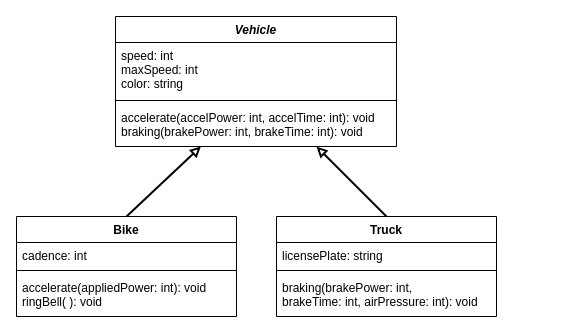
The draw.io diagram drawio/classDiagram.drawio in Aidan-Lalonde-Novales/ics4u-unit2-10-typescript, before the edit. Source tidied: cells renumbered, new cells numbered last; positions are measured from the earlier drawing's top-left corner, leaving out a move shared by most shapes. Both pictures are drawn from the tidied source at 100%, with x=0, y=0 at pixel (16, 16).
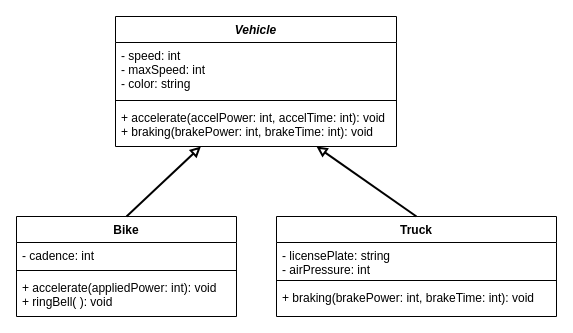
The same page after the edit.

Diff of the diagram source:
```diff
@@
 <mxGraphModel>
   <root>
     <mxCell id="0" />
     <mxCell id="1" parent="0" />
     <mxCell id="2" value="Vehicle" style="swimlane;fontStyle=3;align=center;verticalAlign=top;horizontal=1;startSize=26;" parent="1" vertex="1">
       <mxGeometry x="99" width="281" height="130" as="geometry" />
     </mxCell>
-    <mxCell id="3" value="speed: int&#10;maxSpeed: int&#10;color: string" style="text;strokeColor=none;fillColor=none;align=left;verticalAlign=top;spacingLeft=4;spacingRight=4;overflow=hidden;" parent="2" vertex="1">
+    <mxCell id="3" value="- speed: int&#10;- maxSpeed: int&#10;- color: string" style="text;strokeColor=none;fillColor=none;align=left;verticalAlign=top;spacingLeft=4;spacingRight=4;overflow=hidden;" parent="2" vertex="1">
       <mxGeometry y="26" width="281" height="54" as="geometry" />
     </mxCell>
     <mxCell id="4" style="line;strokeWidth=1;fillColor=none;align=left;verticalAlign=middle;spacingTop=-1;spacingLeft=3;spacingRight=3;labelPosition=right;" parent="2" vertex="1">
       <mxGeometry y="80" width="281" height="8" as="geometry" />
     </mxCell>
-    <mxCell id="5" value="accelerate(accelPower: int, accelTime: int): void&#10;braking(brakePower: int, brakeTime: int): void" style="text;strokeColor=none;fillColor=none;align=left;verticalAlign=top;spacingLeft=4;spacingRight=4;overflow=hidden;points=[[0,0.5],[1,0.5]];portConstraint=eastwest;" parent="2" vertex="1">
+    <mxCell id="5" value="+ accelerate(accelPower: int, accelTime: int): void&#10;+ braking(brakePower: int, brakeTime: int): void" style="text;strokeColor=none;fillColor=none;align=left;verticalAlign=top;spacingLeft=4;spacingRight=4;overflow=hidden;points=[[0,0.5],[1,0.5]];portConstraint=eastwest;" parent="2" vertex="1">
       <mxGeometry y="88" width="281" height="42" as="geometry" />
     </mxCell>
     <mxCell id="6" value="Bike" style="swimlane;fontStyle=1;align=center;verticalAlign=top;horizontal=1;startSize=26;" parent="1" vertex="1">
       <mxGeometry y="200" width="220" height="100" as="geometry" />
     </mxCell>
-    <mxCell id="7" value="cadence: int" style="text;strokeColor=none;fillColor=none;align=left;verticalAlign=top;spacingLeft=4;spacingRight=4;overflow=hidden;" parent="6" vertex="1">
+    <mxCell id="7" value="- cadence: int" style="text;strokeColor=none;fillColor=none;align=left;verticalAlign=top;spacingLeft=4;spacingRight=4;overflow=hidden;" parent="6" vertex="1">
       <mxGeometry y="26" width="220" height="24" as="geometry" />
     </mxCell>
     <mxCell id="8" style="line;strokeWidth=1;fillColor=none;align=left;verticalAlign=middle;spacingTop=-1;spacingLeft=3;spacingRight=3;labelPosition=right;" parent="6" vertex="1">
       <mxGeometry y="50" width="220" height="8" as="geometry" />
     </mxCell>
-    <mxCell id="9" value="accelerate(appliedPower: int): void&#10;ringBell( ): void" style="text;strokeColor=none;fillColor=none;align=left;verticalAlign=top;spacingLeft=4;spacingRight=4;overflow=hidden;" parent="6" vertex="1">
+    <mxCell id="9" value="+ accelerate(appliedPower: int): void&#10;+ ringBell( ): void" style="text;strokeColor=none;fillColor=none;align=left;verticalAlign=top;spacingLeft=4;spacingRight=4;overflow=hidden;" parent="6" vertex="1">
       <mxGeometry y="58" width="220" height="42" as="geometry" />
     </mxCell>
     <mxCell id="10" value="Truck" style="swimlane;fontStyle=1;align=center;verticalAlign=top;horizontal=1;startSize=26;" parent="1" vertex="1">
-      <mxGeometry x="260" y="200" width="220" height="100" as="geometry" />
+      <mxGeometry x="260" y="200" width="280" height="100" as="geometry" />
     </mxCell>
-    <mxCell id="11" value="licensePlate: string" style="text;strokeColor=none;fillColor=none;align=left;verticalAlign=top;spacingLeft=4;spacingRight=4;overflow=hidden;" parent="10" vertex="1">
-      <mxGeometry y="26" width="220" height="24" as="geometry" />
+    <mxCell id="11" value="- licensePlate: string&#10;- airPressure: int" style="text;strokeColor=none;fillColor=none;align=left;verticalAlign=top;spacingLeft=4;spacingRight=4;overflow=hidden;" parent="10" vertex="1">
+      <mxGeometry y="26" width="280" height="34" as="geometry" />
     </mxCell>
     <mxCell id="12" style="line;strokeWidth=1;fillColor=none;align=left;verticalAlign=middle;spacingTop=-1;spacingLeft=3;spacingRight=3;labelPosition=right;" parent="10" vertex="1">
-      <mxGeometry y="50" width="220" height="8" as="geometry" />
+      <mxGeometry y="60" width="280" height="8" as="geometry" />
     </mxCell>
-    <mxCell id="13" value="braking(brakePower: int, &#10;brakeTime: int, airPressure: int): void" style="text;strokeColor=none;fillColor=none;align=left;verticalAlign=top;spacingLeft=4;spacingRight=4;overflow=hidden;" parent="10" vertex="1">
-      <mxGeometry y="58" width="220" height="42" as="geometry" />
+    <mxCell id="13" value="+ braking(brakePower: int, brakeTime: int): void" style="text;strokeColor=none;fillColor=none;align=left;verticalAlign=top;spacingLeft=4;spacingRight=4;overflow=hidden;" parent="10" vertex="1">
+      <mxGeometry y="68" width="280" height="32" as="geometry" />
     </mxCell>
     <mxCell id="14" style="edgeStyle=none;html=1;exitX=0.5;exitY=0;exitDx=0;exitDy=0;strokeWidth=2;endArrow=block;endFill=0;entryX=0.304;entryY=0.998;entryDx=0;entryDy=0;entryPerimeter=0;" parent="1" edge="1" source="6" target="5">
       <mxGeometry relative="1" as="geometry" />
     </mxCell>
     <mxCell id="15" style="edgeStyle=none;html=1;exitX=0.5;exitY=0;exitDx=0;exitDy=0;strokeWidth=2;endArrow=block;endFill=0;" parent="1" edge="1" source="10">
       <mxGeometry relative="1" as="geometry">
         <mxPoint x="300" y="130" as="targetPoint" />
       </mxGeometry>
     </mxCell>
   </root>
 </mxGraphModel>
```
